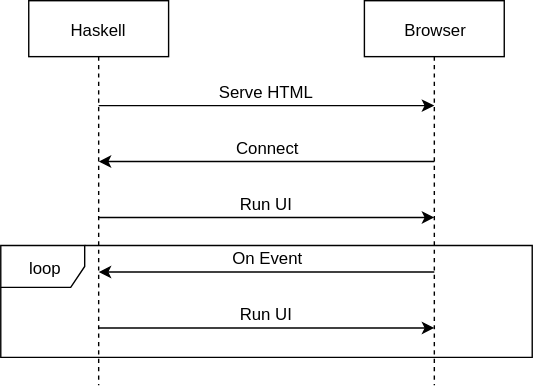
Earlier version of the draw.io export presentation/images/run-ui.svg (barischrooneyj/FYP). Source tidied: cells renumbered, new cells last; positions are measured from the earlier drawing's top-left corner, leaving out a move shared by most shapes. Source of this version:
```xml
<mxGraphModel background="#ffffff">
  <root>
    <mxCell id="0" />
    <mxCell id="1" parent="0" />
    <mxCell id="2" style="endArrow=classic;html=1;" parent="1" edge="1">
      <mxGeometry relative="1" as="geometry">
        <mxPoint x="70" y="155" as="sourcePoint" />
        <mxPoint x="310" y="155" as="targetPoint" />
      </mxGeometry>
    </mxCell>
    <mxCell id="3" value="Run UI" style="text;html=1;strokeColor=none;fillColor=none;align=center;verticalAlign=middle;whiteSpace=wrap;" parent="1" vertex="1">
      <mxGeometry x="140" y="135" width="100" height="20" as="geometry" />
    </mxCell>
    <mxCell id="4" style="endArrow=classic;html=1;" parent="1" edge="1">
      <mxGeometry relative="1" as="geometry">
        <mxPoint x="70" y="75" as="sourcePoint" />
        <mxPoint x="310" y="75" as="targetPoint" />
      </mxGeometry>
    </mxCell>
    <mxCell id="5" value="Serve HTML" style="text;html=1;strokeColor=none;fillColor=none;align=center;verticalAlign=middle;whiteSpace=wrap;" parent="1" vertex="1">
      <mxGeometry x="140" y="55" width="100" height="20" as="geometry" />
    </mxCell>
    <mxCell id="6" style="endArrow=classic;html=1;" parent="1" edge="1">
      <mxGeometry relative="1" as="geometry">
        <mxPoint x="310" y="115" as="sourcePoint" />
        <mxPoint x="70" y="115" as="targetPoint" />
      </mxGeometry>
    </mxCell>
    <mxCell id="7" value="Connect" style="text;html=1;strokeColor=none;fillColor=none;align=center;verticalAlign=middle;whiteSpace=wrap;" parent="1" vertex="1">
      <mxGeometry x="140" y="95" width="100" height="20" as="geometry" />
    </mxCell>
    <mxCell id="8" style="endArrow=classic;html=1;" parent="1" edge="1">
      <mxGeometry relative="1" as="geometry">
        <mxPoint x="310" y="194" as="sourcePoint" />
        <mxPoint x="70" y="194" as="targetPoint" />
      </mxGeometry>
    </mxCell>
    <mxCell id="9" value="On Event" style="text;html=1;strokeColor=none;fillColor=none;align=center;verticalAlign=middle;whiteSpace=wrap;" parent="1" vertex="1">
      <mxGeometry x="140" y="174" width="100" height="20" as="geometry" />
    </mxCell>
    <mxCell id="10" style="endArrow=classic;html=1;" parent="1" edge="1">
      <mxGeometry relative="1" as="geometry">
        <mxPoint x="70" y="234" as="sourcePoint" />
        <mxPoint x="310" y="234" as="targetPoint" />
      </mxGeometry>
    </mxCell>
    <mxCell id="11" value="Run UI" style="text;html=1;strokeColor=none;fillColor=none;align=center;verticalAlign=middle;whiteSpace=wrap;" parent="1" vertex="1">
      <mxGeometry x="140" y="214" width="100" height="20" as="geometry" />
    </mxCell>
    <mxCell id="12" value="Haskell" style="shape=umlLifeline;perimeter=lifelinePerimeter;whiteSpace=wrap;html=1;" parent="1" vertex="1">
      <mxGeometry x="20" width="100" height="275" as="geometry" />
    </mxCell>
    <mxCell id="13" value="Browser" style="shape=umlLifeline;perimeter=lifelinePerimeter;whiteSpace=wrap;html=1;" parent="1" vertex="1">
      <mxGeometry x="260" width="100" height="275" as="geometry" />
    </mxCell>
    <mxCell id="14" value="loop" style="shape=umlFrame;whiteSpace=wrap;html=1;" parent="1" vertex="1">
      <mxGeometry y="175" width="380" height="80" as="geometry" />
    </mxCell>
  </root>
</mxGraphModel>
```
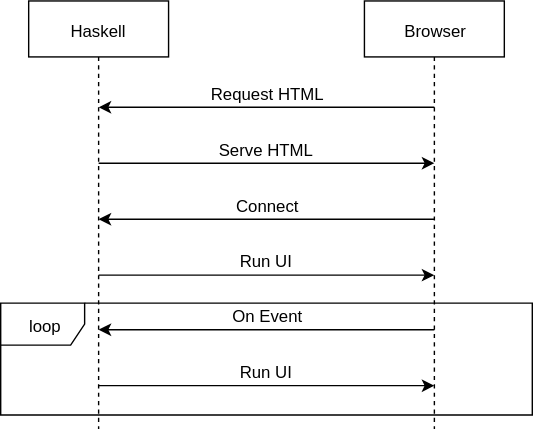
After the commit.

The edit, as a diff of the source:
```diff
@@ -48,13 +48,22 @@
       <mxGeometry x="140" y="214" width="100" height="20" as="geometry" />
     </mxCell>
     <mxCell id="12" value="Haskell" style="shape=umlLifeline;perimeter=lifelinePerimeter;whiteSpace=wrap;html=1;" parent="1" vertex="1">
-      <mxGeometry x="20" width="100" height="275" as="geometry" />
+      <mxGeometry x="20" y="-41" width="100" height="306" as="geometry" />
     </mxCell>
     <mxCell id="13" value="Browser" style="shape=umlLifeline;perimeter=lifelinePerimeter;whiteSpace=wrap;html=1;" parent="1" vertex="1">
-      <mxGeometry x="260" width="100" height="275" as="geometry" />
+      <mxGeometry x="260" y="-41" width="100" height="306" as="geometry" />
     </mxCell>
     <mxCell id="14" value="loop" style="shape=umlFrame;whiteSpace=wrap;html=1;" parent="1" vertex="1">
       <mxGeometry y="175" width="380" height="80" as="geometry" />
     </mxCell>
+    <mxCell id="15" value="Request HTML" style="text;html=1;strokeColor=none;fillColor=none;align=center;verticalAlign=middle;whiteSpace=wrap;" parent="1" vertex="1">
+      <mxGeometry x="140" y="15" width="100" height="20" as="geometry" />
+    </mxCell>
+    <mxCell id="16" style="endArrow=classic;html=1;" parent="1" edge="1">
+      <mxGeometry relative="1" as="geometry">
+        <mxPoint x="310" y="35" as="sourcePoint" />
+        <mxPoint x="70" y="35" as="targetPoint" />
+      </mxGeometry>
+    </mxCell>
   </root>
 </mxGraphModel>
```
